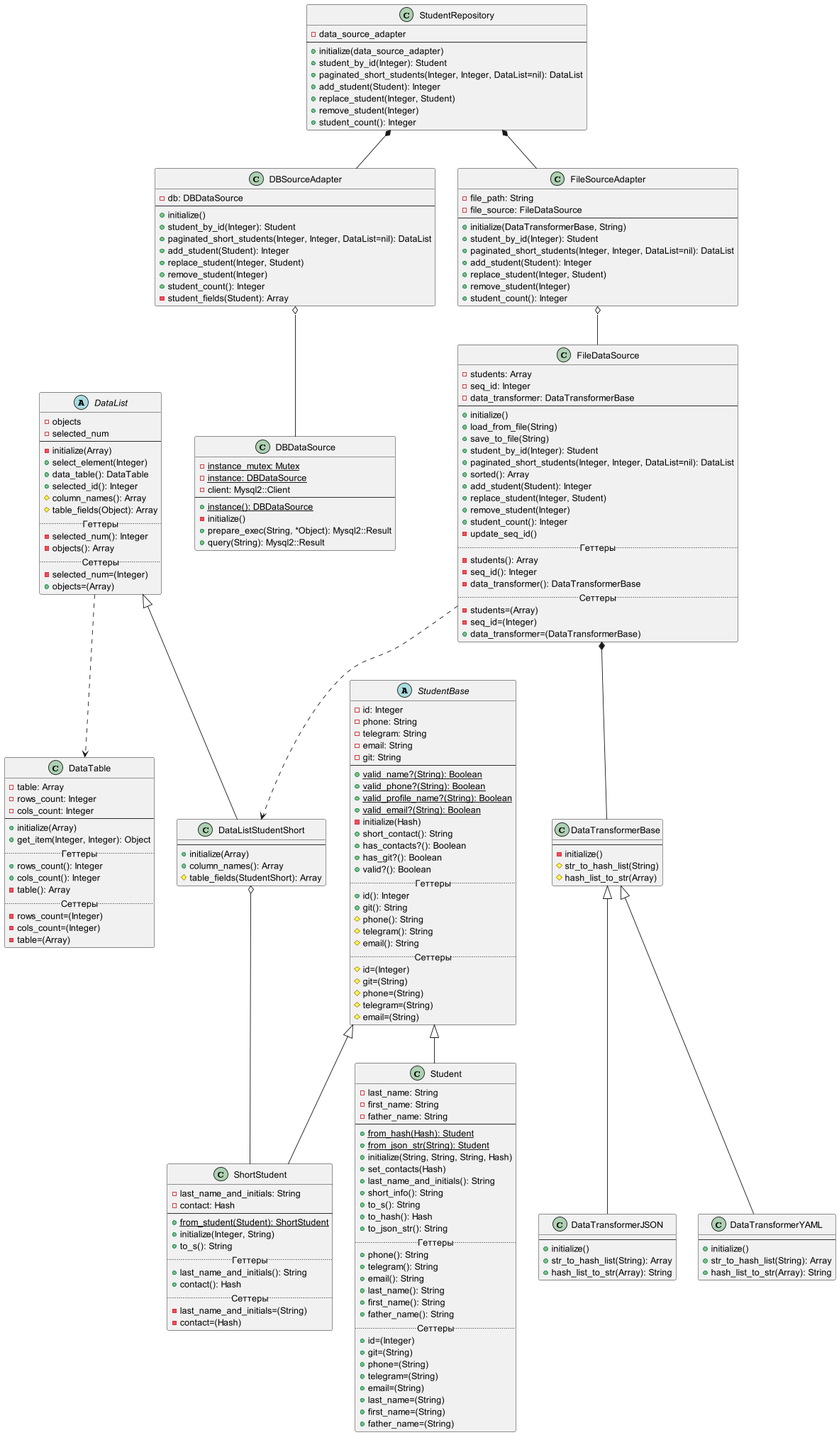
This is Diagrams/lab2.png from r1411/PatternsLabs, a PlantUML export, as it was before one commit.
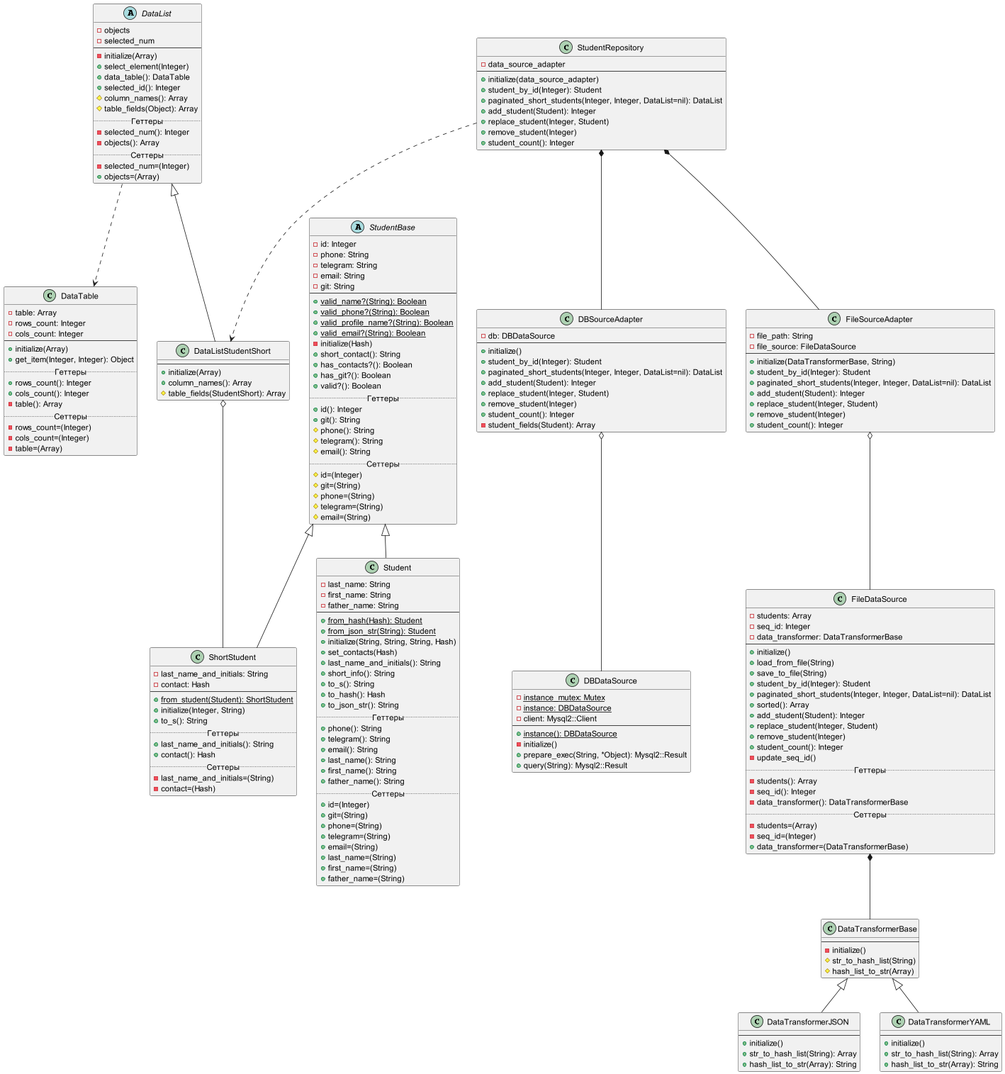
Later version of the same file.

Commit message:
Стрелка на диаграмме от StudentRepository к DataListStudentShort

The edit, as a diff of the source:
```diff
@@ -2,7 +2,7 @@
 
 DataList ..> DataTable
 FileDataSource *-- DataTransformerBase
-FileDataSource ..> DataListStudentShort
+StudentRepository ..> DataListStudentShort
 DataListStudentShort o-- ShortStudent
 DBSourceAdapter o-- DBDataSource
 FileSourceAdapter o-- FileDataSource
```
